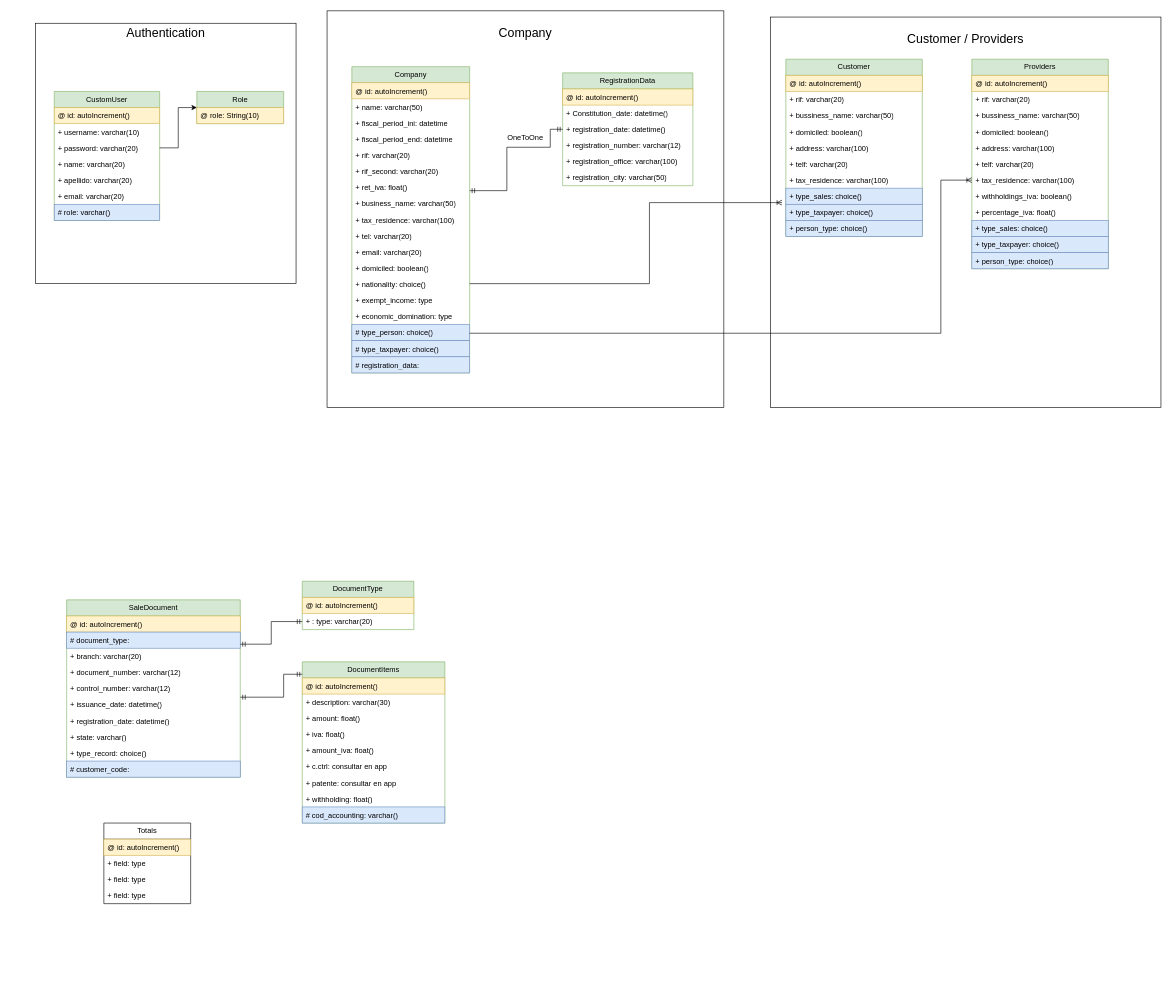
Above: diagrama-bases.drawio in iranmederos/app-contable (draw.io), before the change. Source tidied: cells renumbered, new cells numbered last; positions are measured from the earlier drawing's top-left corner, leaving out a move shared by most shapes. Both pictures are drawn from the tidied source at 62%, with x=0, y=0 at pixel (35, 11).
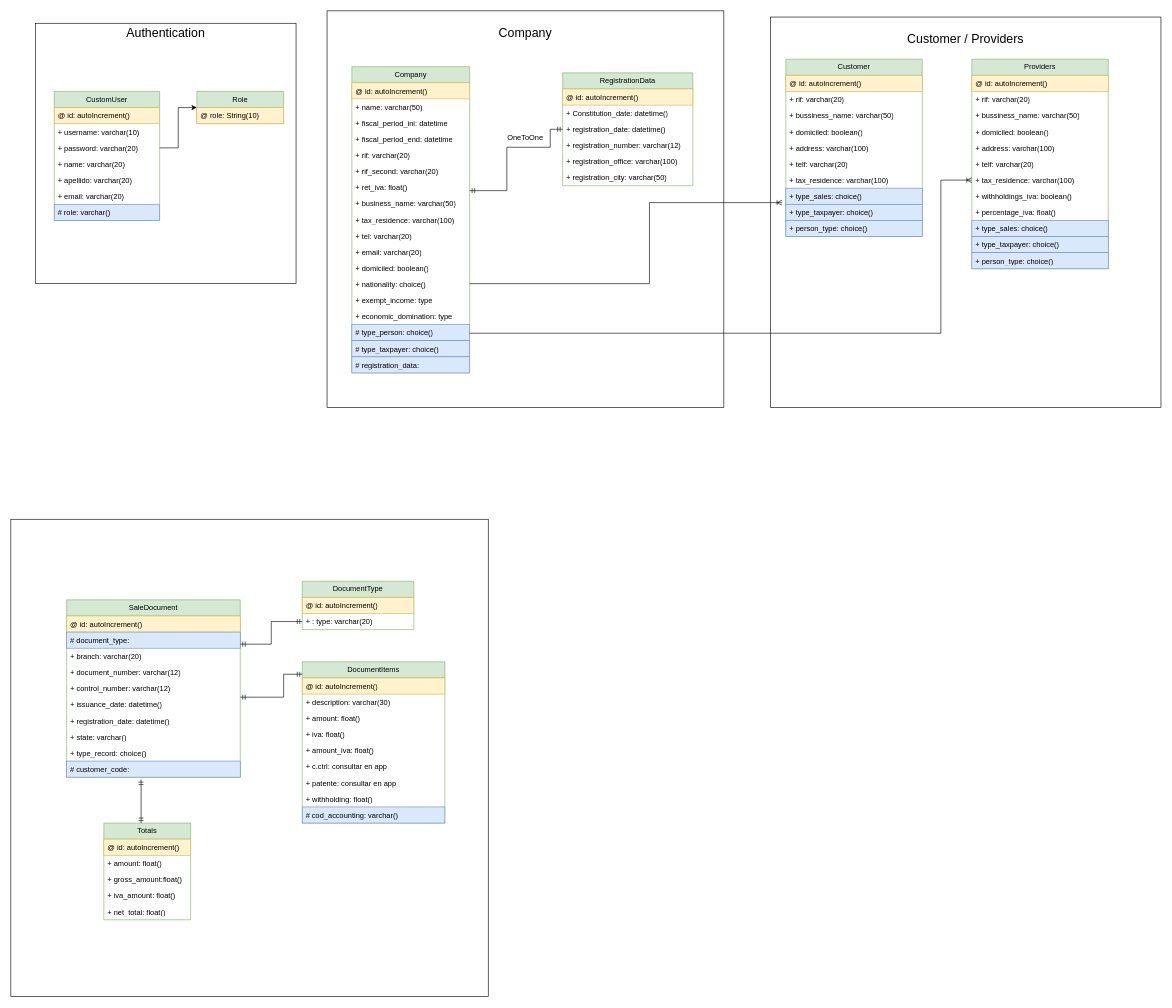
The same diagram, later.

Diff of the diagram source:
```diff
@@
-    <mxCell id="99" value="Totals" style="swimlane;fontStyle=0;horizontal=1;startSize=26;fillColor=none;whiteSpace=wrap;html=1;" parent="1" vertex="1">
-      <mxGeometry x="110" y="1310" width="140" height="130" as="geometry" />
+    <mxCell id="99" value="Totals" style="swimlane;fontStyle=0;horizontal=1;startSize=26;fillColor=#d5e8d4;whiteSpace=wrap;html=1;strokeColor=#82b366;" parent="1" vertex="1">
+      <mxGeometry x="110" y="1310" width="140" height="156" as="geometry" />
     </mxCell>
@@
-    <mxCell id="101" value="+ field: type" style="text;strokeColor=none;fillColor=none;align=left;verticalAlign=top;spacingLeft=4;spacingRight=4;overflow=hidden;whiteSpace=wrap;html=1;" parent="99" vertex="1">
+    <mxCell id="101" value="+ amount: float()" style="text;strokeColor=none;fillColor=none;align=left;verticalAlign=top;spacingLeft=4;spacingRight=4;overflow=hidden;whiteSpace=wrap;html=1;" parent="99" vertex="1">
       <mxGeometry y="52" width="140" height="26" as="geometry" />
     </mxCell>
-    <mxCell id="102" value="+ field: type" style="text;strokeColor=none;fillColor=none;align=left;verticalAlign=top;spacingLeft=4;spacingRight=4;overflow=hidden;whiteSpace=wrap;html=1;" parent="99" vertex="1">
+    <mxCell id="102" value="+ gross_amount:float()&lt;span style=&quot;white-space: pre;&quot;&gt; &lt;/span&gt;" style="text;strokeColor=none;fillColor=none;align=left;verticalAlign=top;spacingLeft=4;spacingRight=4;overflow=hidden;whiteSpace=wrap;html=1;" parent="99" vertex="1">
       <mxGeometry y="78" width="140" height="26" as="geometry" />
     </mxCell>
-    <mxCell id="103" value="+ field: type" style="text;strokeColor=none;fillColor=none;align=left;verticalAlign=top;spacingLeft=4;spacingRight=4;overflow=hidden;whiteSpace=wrap;html=1;" parent="99" vertex="1">
+    <mxCell id="103" value="+ iva_amount: float()" style="text;strokeColor=none;fillColor=none;align=left;verticalAlign=top;spacingLeft=4;spacingRight=4;overflow=hidden;whiteSpace=wrap;html=1;" parent="99" vertex="1">
       <mxGeometry y="104" width="140" height="26" as="geometry" />
     </mxCell>
+    <mxCell id="104" value="+ net_total: float()" style="text;strokeColor=none;fillColor=none;align=left;verticalAlign=top;spacingLeft=4;spacingRight=4;overflow=hidden;whiteSpace=wrap;html=1;" parent="99" vertex="1">
+      <mxGeometry y="130" width="140" height="26" as="geometry" />
+    </mxCell>
+    <mxCell id="105" style="fontSize=12;html=1;endArrow=ERmandOne;startArrow=ERmandOne;rounded=0;exitX=0.429;exitY=0;exitDx=0;exitDy=0;exitPerimeter=0;edgeStyle=orthogonalEdgeStyle;" parent="1" edge="1" source="99">
+      <mxGeometry relative="1" as="geometry">
+        <mxPoint x="170" y="1240" as="targetPoint" />
+      </mxGeometry>
+    </mxCell>
+    <mxCell id="106" style="whiteSpace=wrap;html=1;fillColor=none;" parent="1" vertex="1">
+      <mxGeometry x="-40" y="820" width="770" height="770" as="geometry" />
+    </mxCell>
```
